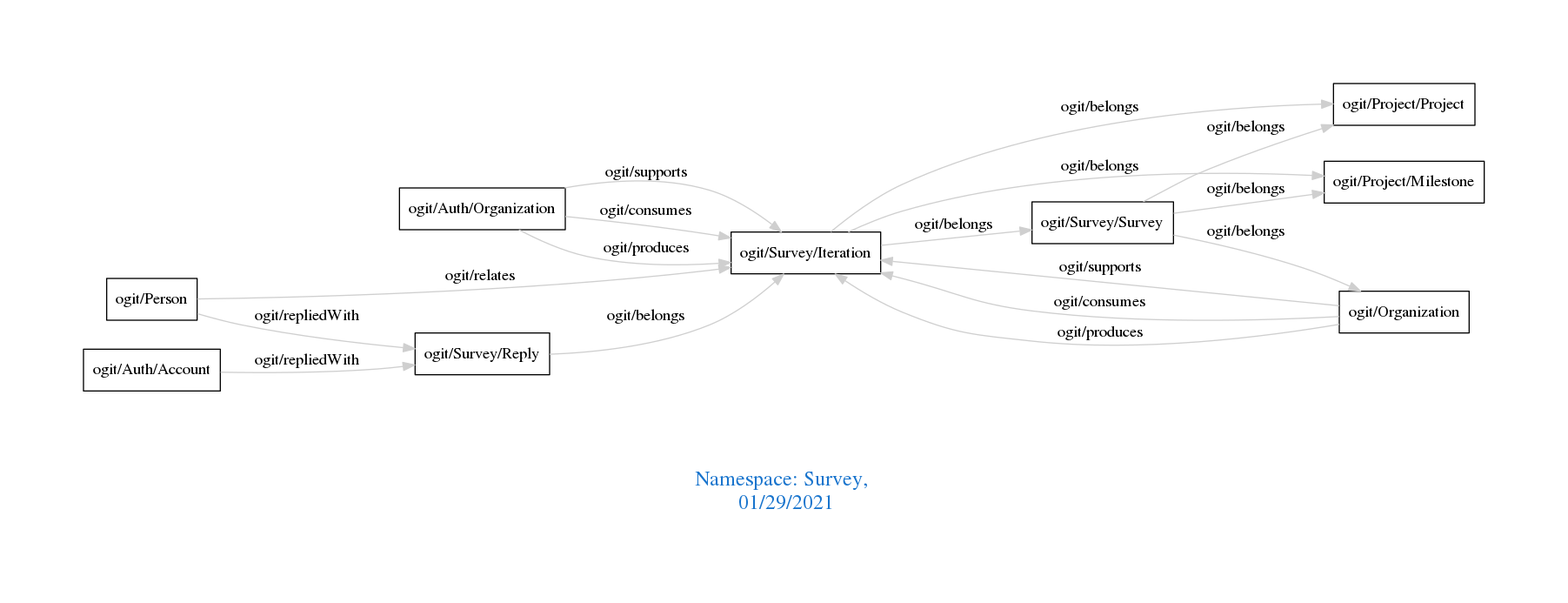
This is downloads/Survey.png from arago/OGIT, a Graphviz export, as it was before one commit. Its source is kept beside it as downloads/Survey.dot. The source it was exported from:
```dot
digraph OGIT_ontology {
 graph [ rankdir= LR,pad=1
fontsize = 18,
fontcolor= dodgerblue3,label = "\n\n\nNamespace: Survey, \n 01/29/2021"];
node[shape=polygon];
edge [  color="gray81"];

   "ogit/Auth/Organization" -> "ogit/Survey/Iteration" [label="   ogit/supports    "];
   "ogit/Organization" -> "ogit/Survey/Iteration" [label="   ogit/supports    "];
   "ogit/Auth/Organization" -> "ogit/Survey/Iteration" [label="   ogit/consumes    "];
   "ogit/Organization" -> "ogit/Survey/Iteration" [label="   ogit/consumes    "];
   "ogit/Auth/Organization" -> "ogit/Survey/Iteration" [label="   ogit/produces    "];
   "ogit/Organization" -> "ogit/Survey/Iteration" [label="   ogit/produces    "];
   "ogit/Survey/Iteration" -> "ogit/Project/Milestone" [label="   ogit/belongs    "];
   "ogit/Survey/Iteration" -> "ogit/Project/Project" [label="   ogit/belongs    "];
   "ogit/Survey/Iteration" -> "ogit/Survey/Survey" [label="   ogit/belongs    "];
   "ogit/Survey/Reply" -> "ogit/Survey/Iteration" [label="   ogit/belongs    "];
   "ogit/Survey/Survey" -> "ogit/Organization" [label="   ogit/belongs    "];
   "ogit/Survey/Survey" -> "ogit/Project/Milestone" [label="   ogit/belongs    "];
   "ogit/Survey/Survey" -> "ogit/Project/Project" [label="   ogit/belongs    "];
   "ogit/Auth/Account" -> "ogit/Survey/Reply" [label="   ogit/repliedWith    "];
   "ogit/Person" -> "ogit/Survey/Reply" [label="   ogit/repliedWith    "];
   "ogit/Person" -> "ogit/Survey/Iteration" [label="   ogit/relates    "];
}
```
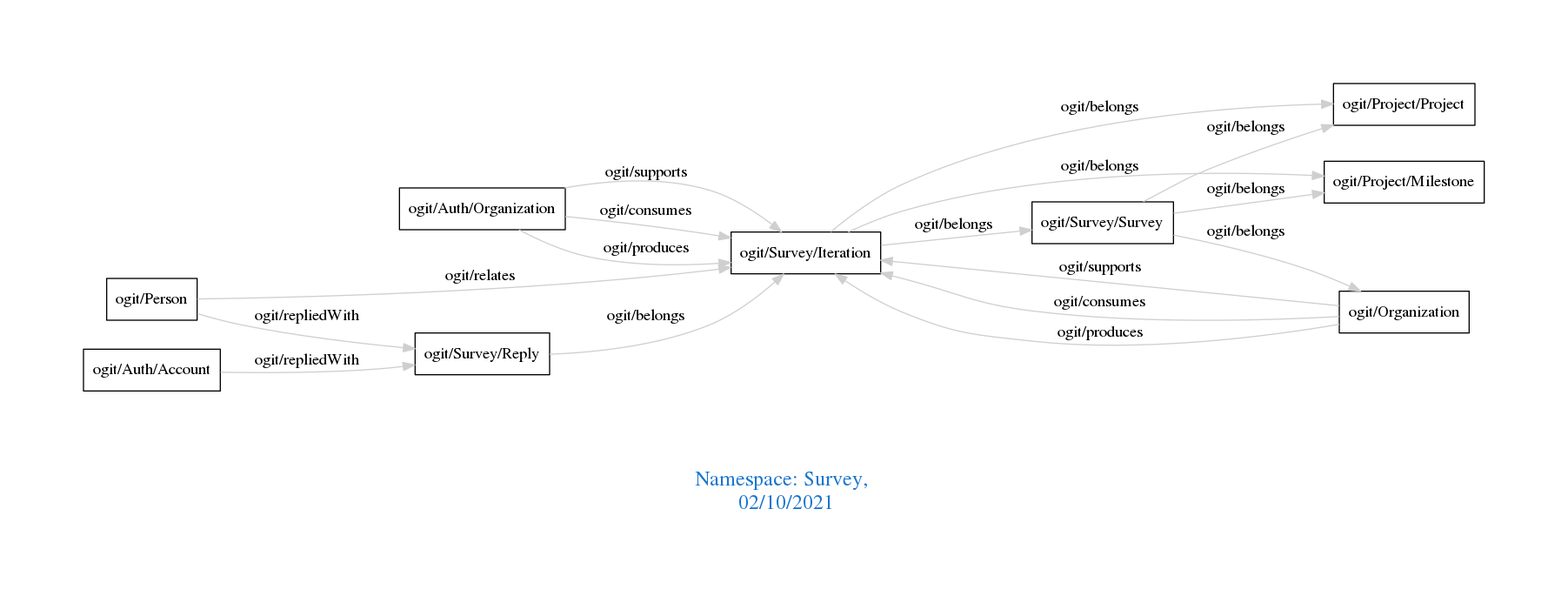
Above is the later version.

The edit, as a diff of the source:
```diff
@@ -1,7 +1,7 @@
 digraph OGIT_ontology {
  graph [ rankdir= LR,pad=1
 fontsize = 18,
-fontcolor= dodgerblue3,label = "\n\n\nNamespace: Survey, \n 01/29/2021"];
+fontcolor= dodgerblue3,label = "\n\n\nNamespace: Survey, \n 02/10/2021"];
 node[shape=polygon];
 edge [  color="gray81"];
 
```
